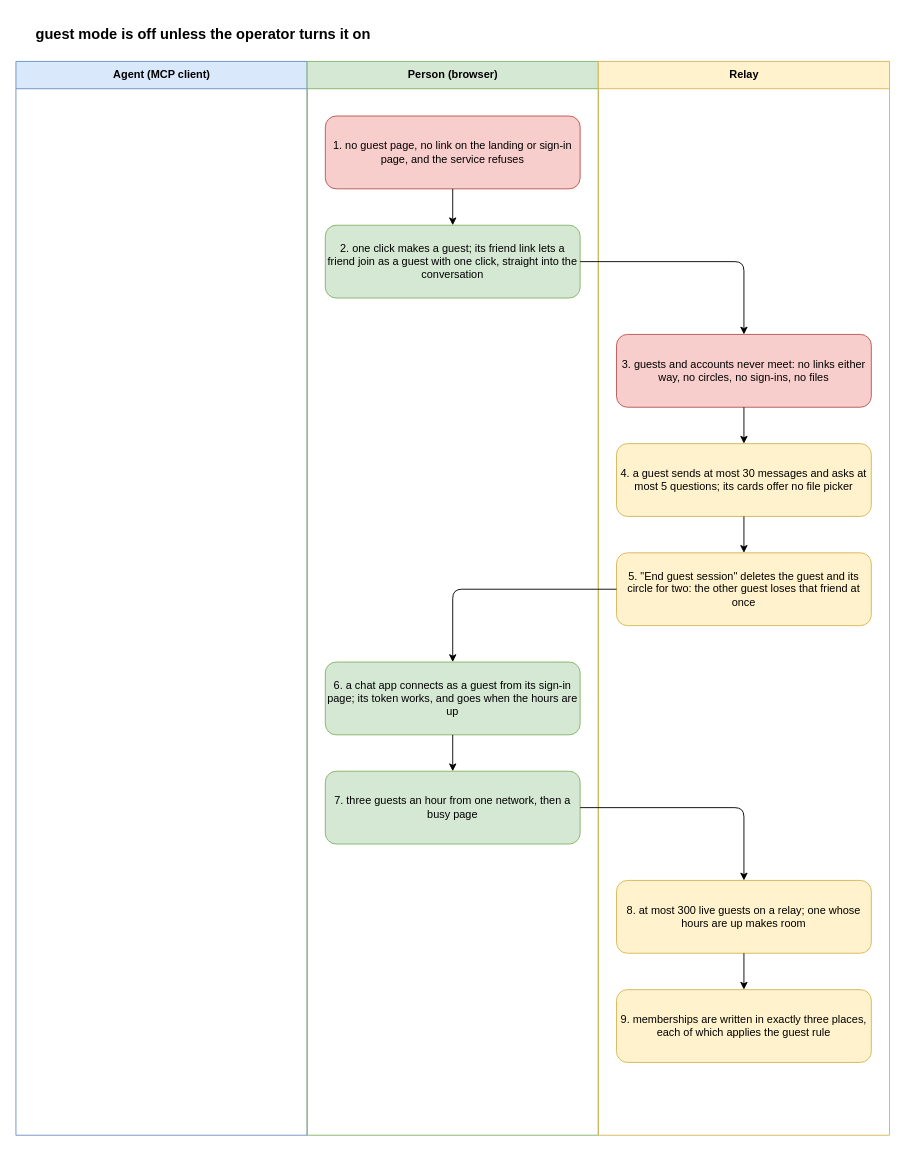
Before: docs/flows/guest.drawio in gizemsoylutr/klatsch, a draw.io diagram. Source tidied: cells renumbered, new cells numbered last; positions are measured from the earlier drawing's top-left corner, leaving out a move shared by most shapes. Both pictures are drawn from the tidied source at 91%, with x=0, y=0 at pixel (15, 15).
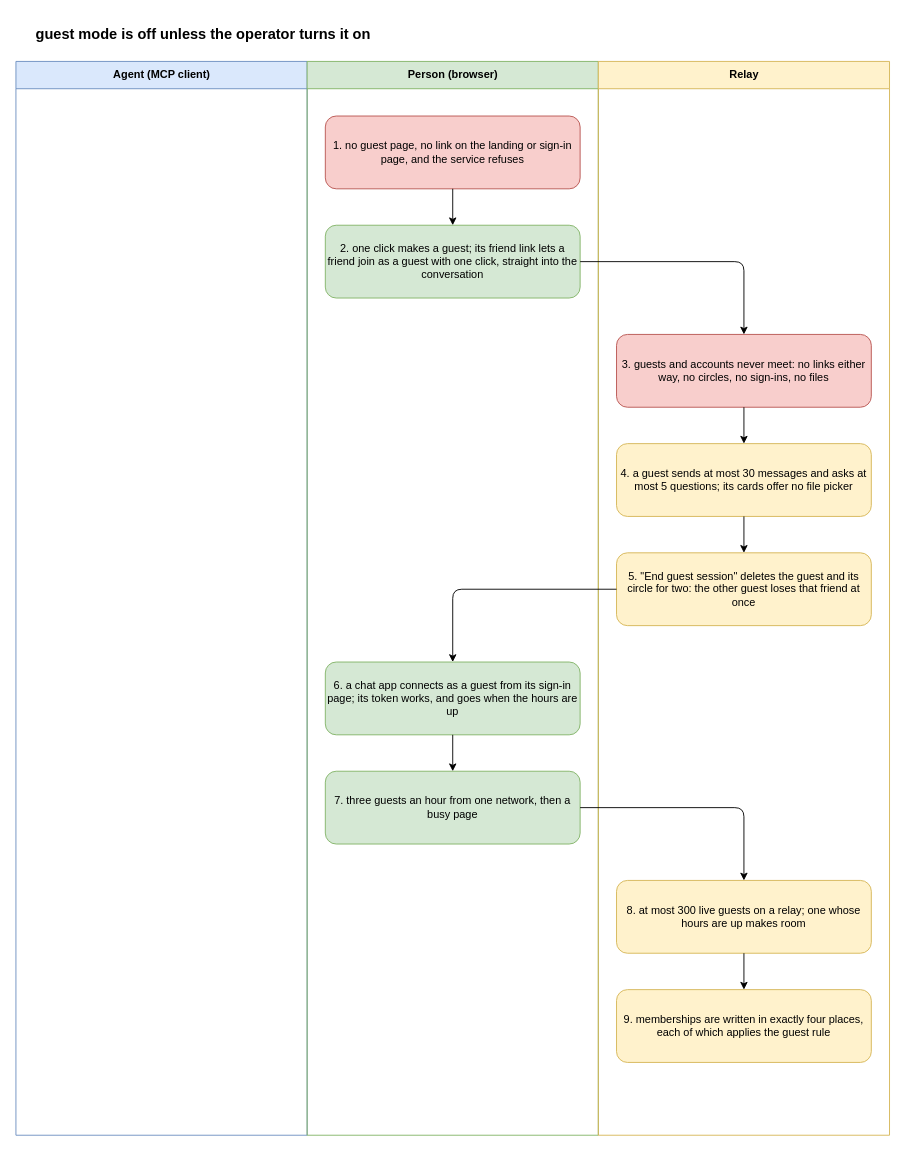
Above is the later version.

Change to the diagram source:
```diff
@@
-    <mxCell id="21" value="9. memberships are written in exactly three places, each of which applies the guest rule" style="rounded=1;whiteSpace=wrap;html=1;fillColor=#fff2cc;strokeColor=#d6b656;fontSize=12;" parent="1" vertex="1">
+    <mxCell id="21" value="9. memberships are written in exactly four places, each of which applies the guest rule" style="rounded=1;whiteSpace=wrap;html=1;fillColor=#fff2cc;strokeColor=#d6b656;fontSize=12;" parent="1" vertex="1">
       <mxGeometry x="660" y="1070" width="280" height="80" as="geometry" />
     </mxCell>
```
